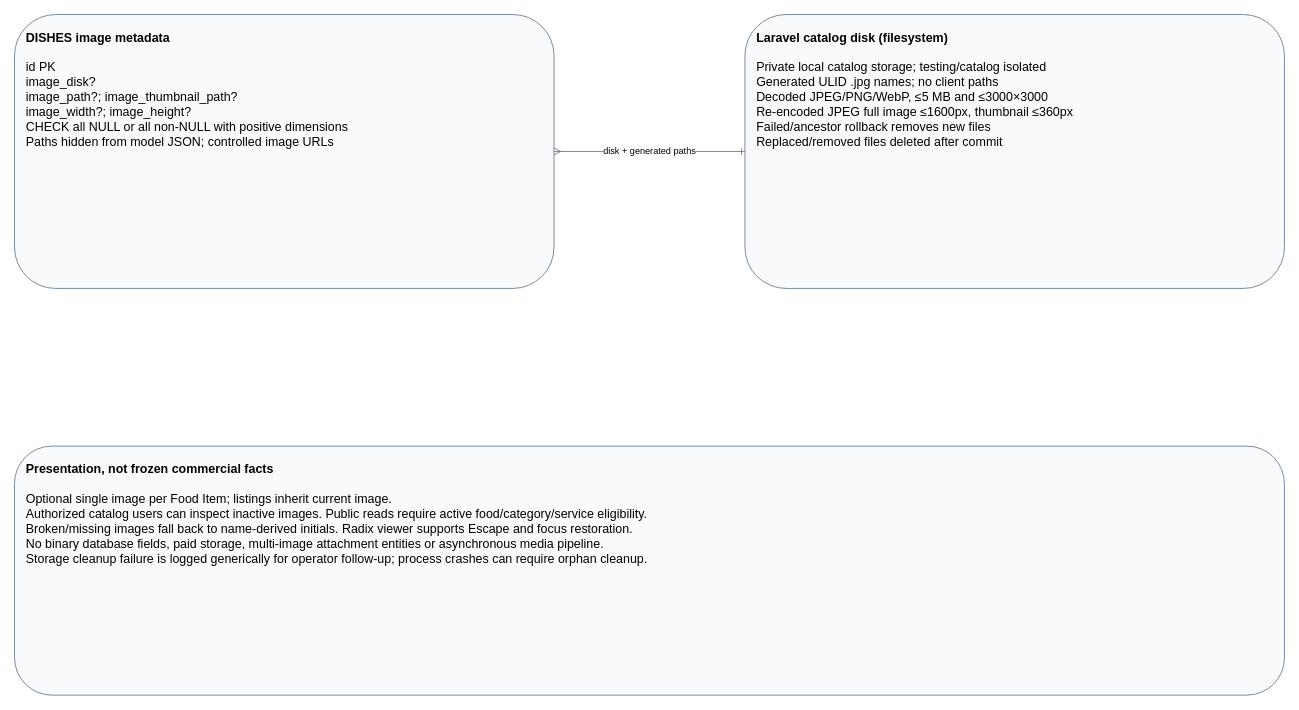
Above: page "05 Food Images" (5 of 6) of docs/diagrams/catalog_v3.drawio in garfield2001/zek-catering-reservation (draw.io), before the change. Source tidied: cells renumbered, new cells numbered last; positions are measured from the earlier drawing's top-left corner, leaving out a move shared by most shapes. Both pictures are drawn from the tidied source at 83%, with x=0, y=0 at pixel (14, 14).
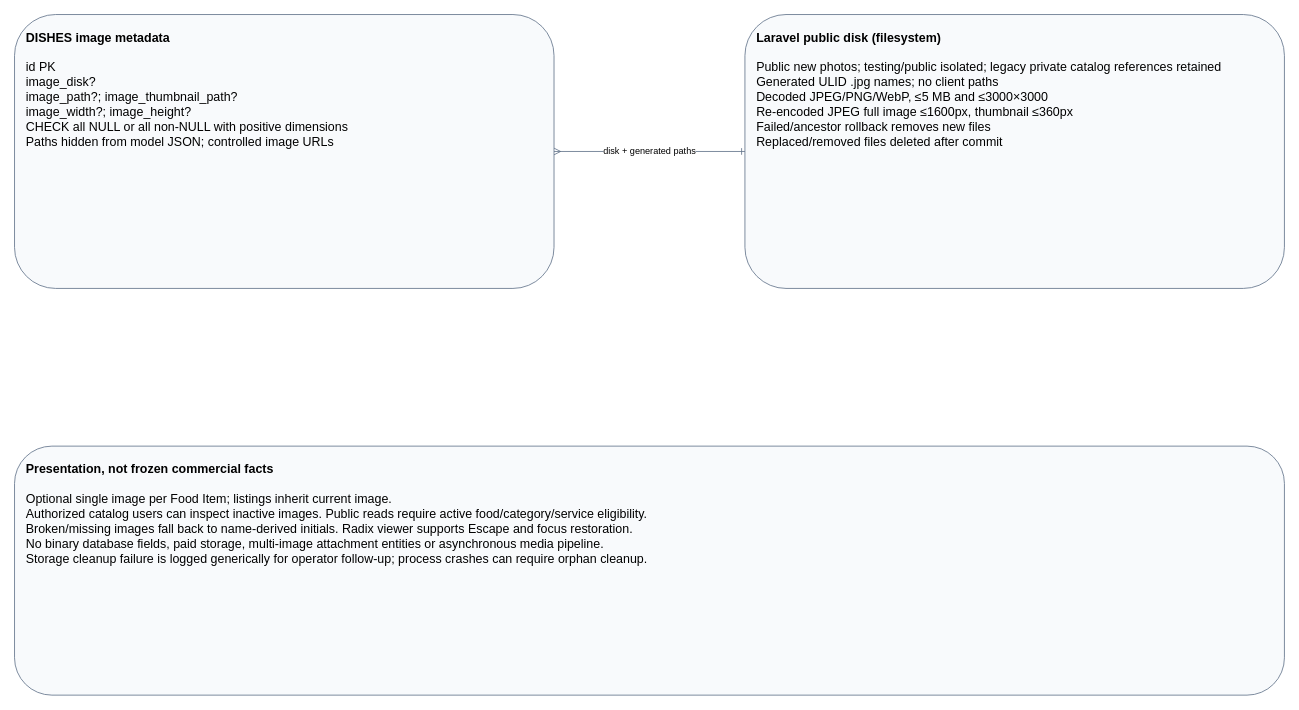
Above is the later version.

Diff of the diagram source:
```diff
@@
 <mxGraphModel>
   <root>
     <mxCell id="0" />
     <mxCell id="1" parent="0" />
     <mxCell id="2" value="&lt;b&gt;DISHES image metadata&lt;/b&gt;&lt;br/&gt;&lt;br/&gt;id PK&lt;br/&gt;image_disk?&lt;br/&gt;image_path?; image_thumbnail_path?&lt;br/&gt;image_width?; image_height?&lt;br/&gt;CHECK all NULL or all non-NULL with positive dimensions&lt;br/&gt;Paths hidden from model JSON; controlled image URLs" style="rounded=1;whiteSpace=wrap;html=1;fillColor=#f8fafc;strokeColor=#64748b;fontSize=15;align=left;verticalAlign=top;spacing=14;" parent="1" vertex="1">
       <mxGeometry width="650" height="330" as="geometry" />
     </mxCell>
-    <mxCell id="3" value="&lt;b&gt;Laravel catalog disk (filesystem)&lt;/b&gt;&lt;br/&gt;&lt;br/&gt;Private local catalog storage; testing/catalog isolated&lt;br/&gt;Generated ULID .jpg names; no client paths&lt;br/&gt;Decoded JPEG/PNG/WebP, ≤5 MB and ≤3000×3000&lt;br/&gt;Re-encoded JPEG full image ≤1600px, thumbnail ≤360px&lt;br/&gt;Failed/ancestor rollback removes new files&lt;br/&gt;Replaced/removed files deleted after commit" style="rounded=1;whiteSpace=wrap;html=1;fillColor=#f8fafc;strokeColor=#64748b;fontSize=15;align=left;verticalAlign=top;spacing=14;" parent="1" vertex="1">
+    <mxCell id="3" value="&lt;b&gt;Laravel public disk (filesystem)&lt;/b&gt;&lt;br/&gt;&lt;br/&gt;Public new photos; testing/public isolated; legacy private catalog references retained&lt;br/&gt;Generated ULID .jpg names; no client paths&lt;br/&gt;Decoded JPEG/PNG/WebP, ≤5 MB and ≤3000×3000&lt;br/&gt;Re-encoded JPEG full image ≤1600px, thumbnail ≤360px&lt;br/&gt;Failed/ancestor rollback removes new files&lt;br/&gt;Replaced/removed files deleted after commit" style="rounded=1;whiteSpace=wrap;html=1;fillColor=#f8fafc;strokeColor=#64748b;fontSize=15;align=left;verticalAlign=top;spacing=14;" parent="1" vertex="1">
       <mxGeometry x="880" width="650" height="330" as="geometry" />
     </mxCell>
     <mxCell id="4" value="disk + generated paths" style="edgeStyle=orthogonalEdgeStyle;html=1;endArrow=ERone;startArrow=ERmany;strokeColor=#64748b;" parent="1" edge="1" source="2" target="3">
       <mxGeometry relative="1" as="geometry" />
     </mxCell>
     <mxCell id="5" value="&lt;b&gt;Presentation, not frozen commercial facts&lt;/b&gt;&lt;br/&gt;&lt;br/&gt;Optional single image per Food Item; listings inherit current image.&lt;br/&gt;Authorized catalog users can inspect inactive images. Public reads require active food/category/service eligibility.&lt;br/&gt;Broken/missing images fall back to name-derived initials. Radix viewer supports Escape and focus restoration.&lt;br/&gt;No binary database fields, paid storage, multi-image attachment entities or asynchronous media pipeline.&lt;br/&gt;Storage cleanup failure is logged generically for operator follow-up; process crashes can require orphan cleanup." style="rounded=1;whiteSpace=wrap;html=1;fillColor=#f8fafc;strokeColor=#64748b;fontSize=15;align=left;verticalAlign=top;spacing=14;" parent="1" vertex="1">
       <mxGeometry y="520" width="1530" height="300" as="geometry" />
     </mxCell>
   </root>
 </mxGraphModel>
```
